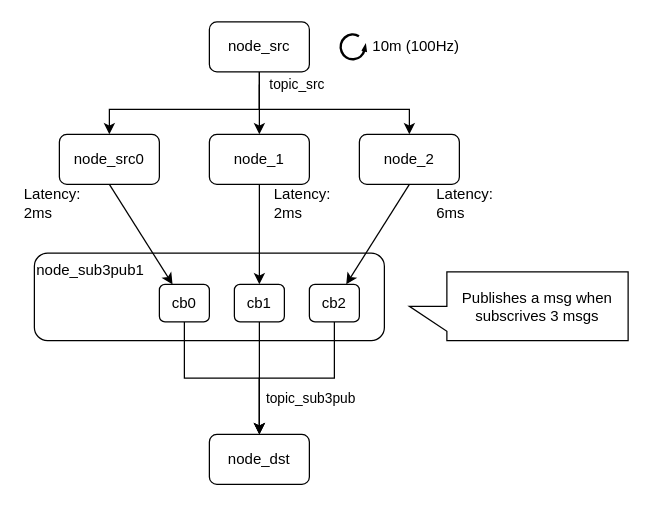
Earlier version of the draw.io diagram page "sample_sub3pub1" (4 of 8) of node_diagram.drawio (takeshi-iwanari/caret_sample). Source tidied: cells renumbered, new cells numbered last; positions are measured from the earlier drawing's top-left corner, leaving out a move shared by most shapes. Both pictures are drawn from the tidied source at 125%, with x=0, y=0 at pixel (21, 21).
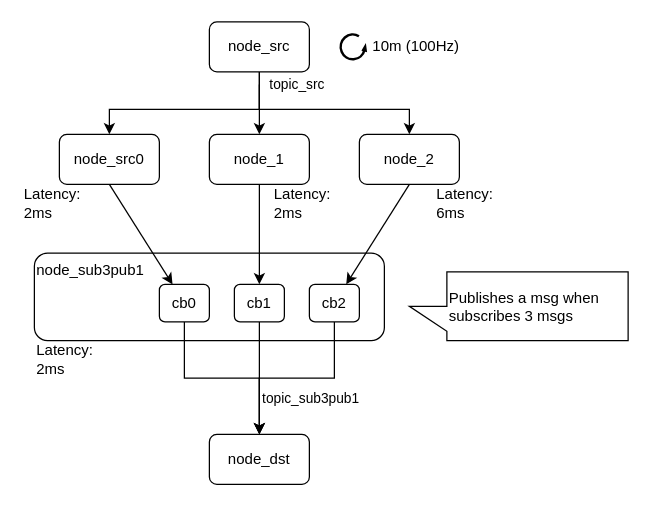
Above is the later version.

Unchanged cells that the change refers to:
```xml
<mxCell id="15" style="edgeStyle=none;rounded=0;html=1;elbow=vertical;" parent="1" edge="1" source="17" target="10">
  <mxGeometry relative="1" as="geometry" />
</mxCell>
```

What changed in the source:
```diff
@@
-    <mxCell id="16" value="topic_sub3pub" style="edgeLabel;html=1;align=center;verticalAlign=middle;" parent="15" vertex="1">
+    <mxCell id="16" value="topic_sub3pub1" style="edgeLabel;html=1;align=center;verticalAlign=middle;" parent="15" vertex="1">
       <mxGeometry x="-0.27" y="-4" relative="1" as="geometry">
         <mxPoint x="44" y="27" as="offset" />
       </mxGeometry>
     </mxCell>
@@
-    <mxCell id="21" value="Publishes a msg when subscrives 3 msgs" style="shape=callout;whiteSpace=wrap;html=1;perimeter=calloutPerimeter;direction=south;" parent="1" vertex="1">
+    <mxCell id="21" value="Publishes a msg when subscribes 3 msgs" style="shape=callout;whiteSpace=wrap;html=1;perimeter=calloutPerimeter;direction=south;align=left;" parent="1" vertex="1">
       <mxGeometry x="310" y="200" width="175" height="55" as="geometry" />
     </mxCell>
@@
+    <mxCell id="27" value="Latency:&lt;br&gt;2ms" style="text;html=1;align=left;verticalAlign=middle;strokeColor=none;fillColor=none;" parent="1" vertex="1">
+      <mxGeometry x="10" y="255" width="60" height="30" as="geometry" />
+    </mxCell>
```
